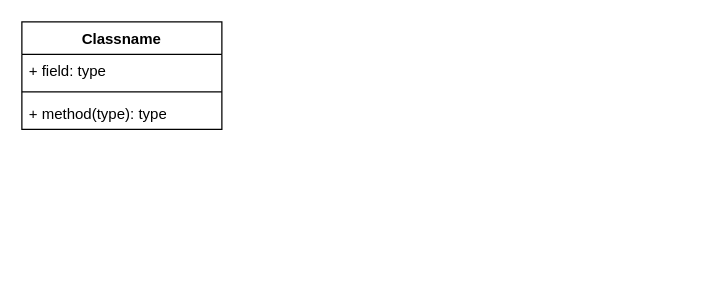
DDEUSM/email-service keeps this draw.io diagram as Diagrama sem nome.drawio. Above is the earlier version. Source tidied: cells renumbered, new cells numbered last; positions are measured from the earlier drawing's top-left corner, leaving out a move shared by most shapes. Both pictures are drawn from the tidied source at 125%, with x=0, y=0 at pixel (21, 21).
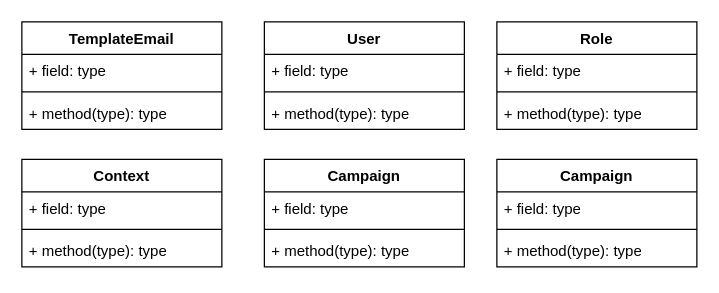
The same page after the edit.

Diff of the diagram source:
```diff
@@
-    <mxCell id="2" value="Classname" style="swimlane;fontStyle=1;align=center;verticalAlign=top;horizontal=1;startSize=26;whiteSpace=wrap;html=1;" parent="1" vertex="1">
+    <mxCell id="2" value="TemplateEmail" style="swimlane;fontStyle=1;align=center;verticalAlign=top;horizontal=1;startSize=26;whiteSpace=wrap;html=1;" parent="1" vertex="1">
       <mxGeometry width="160" height="86" as="geometry" />
     </mxCell>
@@
+    <mxCell id="6" value="User" style="swimlane;fontStyle=1;align=center;verticalAlign=top;horizontal=1;startSize=26;whiteSpace=wrap;html=1;" parent="1" vertex="1">
+      <mxGeometry x="194" width="160" height="86" as="geometry" />
+    </mxCell>
+    <mxCell id="7" value="+ field: type" style="text;strokeColor=none;fillColor=none;align=left;verticalAlign=top;spacingLeft=4;spacingRight=4;overflow=hidden;whiteSpace=wrap;html=1;" parent="6" vertex="1">
+      <mxGeometry y="26" width="160" height="26" as="geometry" />
+    </mxCell>
+    <mxCell id="8" style="line;strokeWidth=1;fillColor=none;align=left;verticalAlign=middle;spacingTop=-1;spacingLeft=3;spacingRight=3;labelPosition=right;strokeColor=inherit;" parent="6" vertex="1">
+      <mxGeometry y="52" width="160" height="8" as="geometry" />
+    </mxCell>
+    <mxCell id="9" value="+ method(type): type" style="text;strokeColor=none;fillColor=none;align=left;verticalAlign=top;spacingLeft=4;spacingRight=4;overflow=hidden;whiteSpace=wrap;html=1;" parent="6" vertex="1">
+      <mxGeometry y="60" width="160" height="26" as="geometry" />
+    </mxCell>
+    <mxCell id="10" value="Role" style="swimlane;fontStyle=1;align=center;verticalAlign=top;horizontal=1;startSize=26;whiteSpace=wrap;html=1;" parent="1" vertex="1">
+      <mxGeometry x="380" width="160" height="86" as="geometry" />
+    </mxCell>
+    <mxCell id="11" value="+ field: type" style="text;strokeColor=none;fillColor=none;align=left;verticalAlign=top;spacingLeft=4;spacingRight=4;overflow=hidden;whiteSpace=wrap;html=1;" parent="10" vertex="1">
+      <mxGeometry y="26" width="160" height="26" as="geometry" />
+    </mxCell>
+    <mxCell id="12" style="line;strokeWidth=1;fillColor=none;align=left;verticalAlign=middle;spacingTop=-1;spacingLeft=3;spacingRight=3;labelPosition=right;strokeColor=inherit;" parent="10" vertex="1">
+      <mxGeometry y="52" width="160" height="8" as="geometry" />
+    </mxCell>
+    <mxCell id="13" value="+ method(type): type" style="text;strokeColor=none;fillColor=none;align=left;verticalAlign=top;spacingLeft=4;spacingRight=4;overflow=hidden;whiteSpace=wrap;html=1;" parent="10" vertex="1">
+      <mxGeometry y="60" width="160" height="26" as="geometry" />
+    </mxCell>
+    <mxCell id="14" value="Context&lt;div&gt;&lt;br&gt;&lt;/div&gt;" style="swimlane;fontStyle=1;align=center;verticalAlign=top;horizontal=1;startSize=26;whiteSpace=wrap;html=1;" parent="1" vertex="1">
+      <mxGeometry y="110" width="160" height="86" as="geometry" />
+    </mxCell>
+    <mxCell id="15" value="+ field: type" style="text;strokeColor=none;fillColor=none;align=left;verticalAlign=top;spacingLeft=4;spacingRight=4;overflow=hidden;whiteSpace=wrap;html=1;" parent="14" vertex="1">
+      <mxGeometry y="26" width="160" height="26" as="geometry" />
+    </mxCell>
+    <mxCell id="16" style="line;strokeWidth=1;fillColor=none;align=left;verticalAlign=middle;spacingTop=-1;spacingLeft=3;spacingRight=3;labelPosition=right;strokeColor=inherit;" parent="14" vertex="1">
+      <mxGeometry y="52" width="160" height="8" as="geometry" />
+    </mxCell>
+    <mxCell id="17" value="+ method(type): type" style="text;strokeColor=none;fillColor=none;align=left;verticalAlign=top;spacingLeft=4;spacingRight=4;overflow=hidden;whiteSpace=wrap;html=1;" parent="14" vertex="1">
+      <mxGeometry y="60" width="160" height="26" as="geometry" />
+    </mxCell>
+    <mxCell id="18" value="Campaign" style="swimlane;fontStyle=1;align=center;verticalAlign=top;horizontal=1;startSize=26;whiteSpace=wrap;html=1;" parent="1" vertex="1">
+      <mxGeometry x="194" y="110" width="160" height="86" as="geometry" />
+    </mxCell>
+    <mxCell id="19" value="+ field: type" style="text;strokeColor=none;fillColor=none;align=left;verticalAlign=top;spacingLeft=4;spacingRight=4;overflow=hidden;whiteSpace=wrap;html=1;" parent="18" vertex="1">
+      <mxGeometry y="26" width="160" height="26" as="geometry" />
+    </mxCell>
+    <mxCell id="20" style="line;strokeWidth=1;fillColor=none;align=left;verticalAlign=middle;spacingTop=-1;spacingLeft=3;spacingRight=3;labelPosition=right;strokeColor=inherit;" parent="18" vertex="1">
+      <mxGeometry y="52" width="160" height="8" as="geometry" />
+    </mxCell>
+    <mxCell id="21" value="+ method(type): type" style="text;strokeColor=none;fillColor=none;align=left;verticalAlign=top;spacingLeft=4;spacingRight=4;overflow=hidden;whiteSpace=wrap;html=1;" parent="18" vertex="1">
+      <mxGeometry y="60" width="160" height="26" as="geometry" />
+    </mxCell>
+    <mxCell id="22" value="Campaign" style="swimlane;fontStyle=1;align=center;verticalAlign=top;horizontal=1;startSize=26;whiteSpace=wrap;html=1;" parent="1" vertex="1">
+      <mxGeometry x="380" y="110" width="160" height="86" as="geometry" />
+    </mxCell>
+    <mxCell id="23" value="+ field: type" style="text;strokeColor=none;fillColor=none;align=left;verticalAlign=top;spacingLeft=4;spacingRight=4;overflow=hidden;whiteSpace=wrap;html=1;" parent="22" vertex="1">
+      <mxGeometry y="26" width="160" height="26" as="geometry" />
+    </mxCell>
+    <mxCell id="24" style="line;strokeWidth=1;fillColor=none;align=left;verticalAlign=middle;spacingTop=-1;spacingLeft=3;spacingRight=3;labelPosition=right;strokeColor=inherit;" parent="22" vertex="1">
+      <mxGeometry y="52" width="160" height="8" as="geometry" />
+    </mxCell>
+    <mxCell id="25" value="+ method(type): type" style="text;strokeColor=none;fillColor=none;align=left;verticalAlign=top;spacingLeft=4;spacingRight=4;overflow=hidden;whiteSpace=wrap;html=1;" parent="22" vertex="1">
+      <mxGeometry y="60" width="160" height="26" as="geometry" />
+    </mxCell>
```
